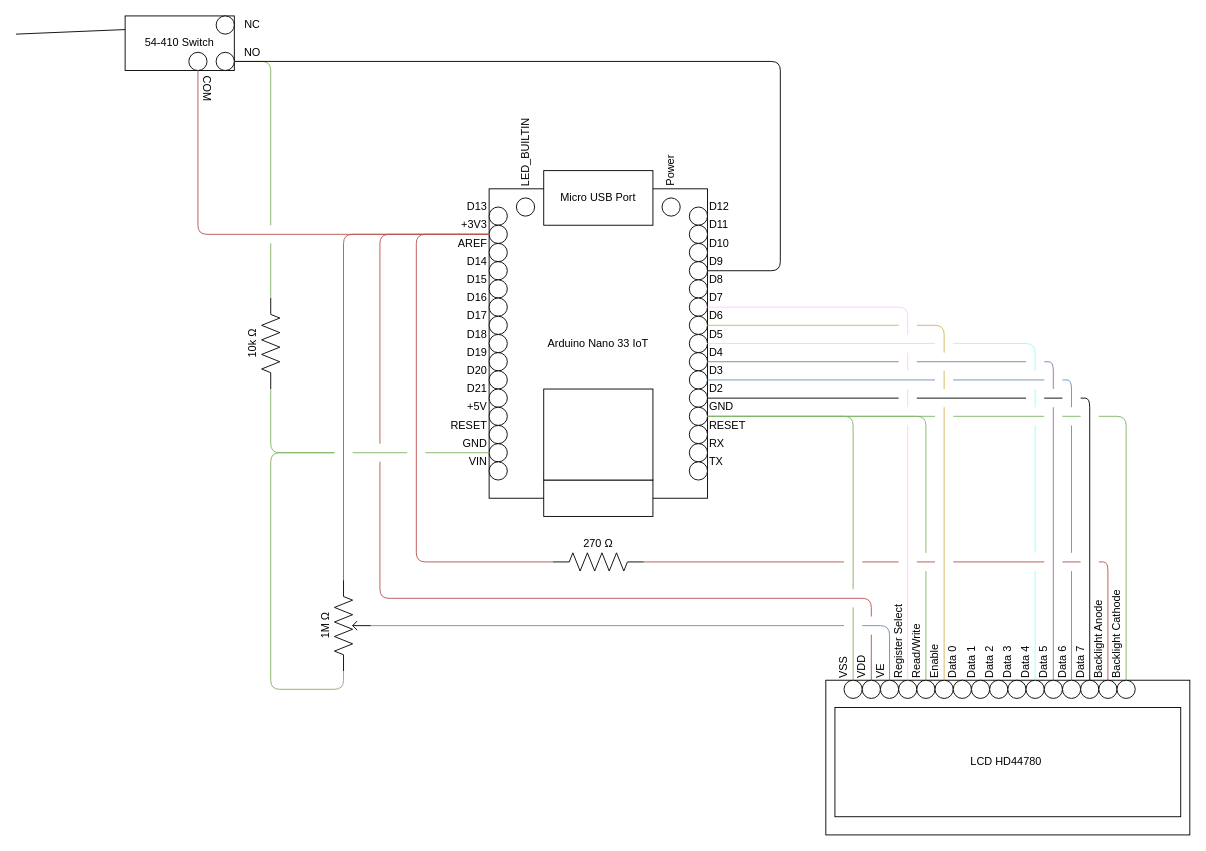
Matt-and-Gib/gleemail keeps this draw.io diagram as wiring diagram.drawio. Above is the earlier version. Source tidied: cells renumbered, new cells numbered last; positions are measured from the earlier drawing's top-left corner, leaving out a move shared by most shapes. Both pictures are drawn from the tidied source at 91%, with x=0, y=0 at pixel (15, 15).
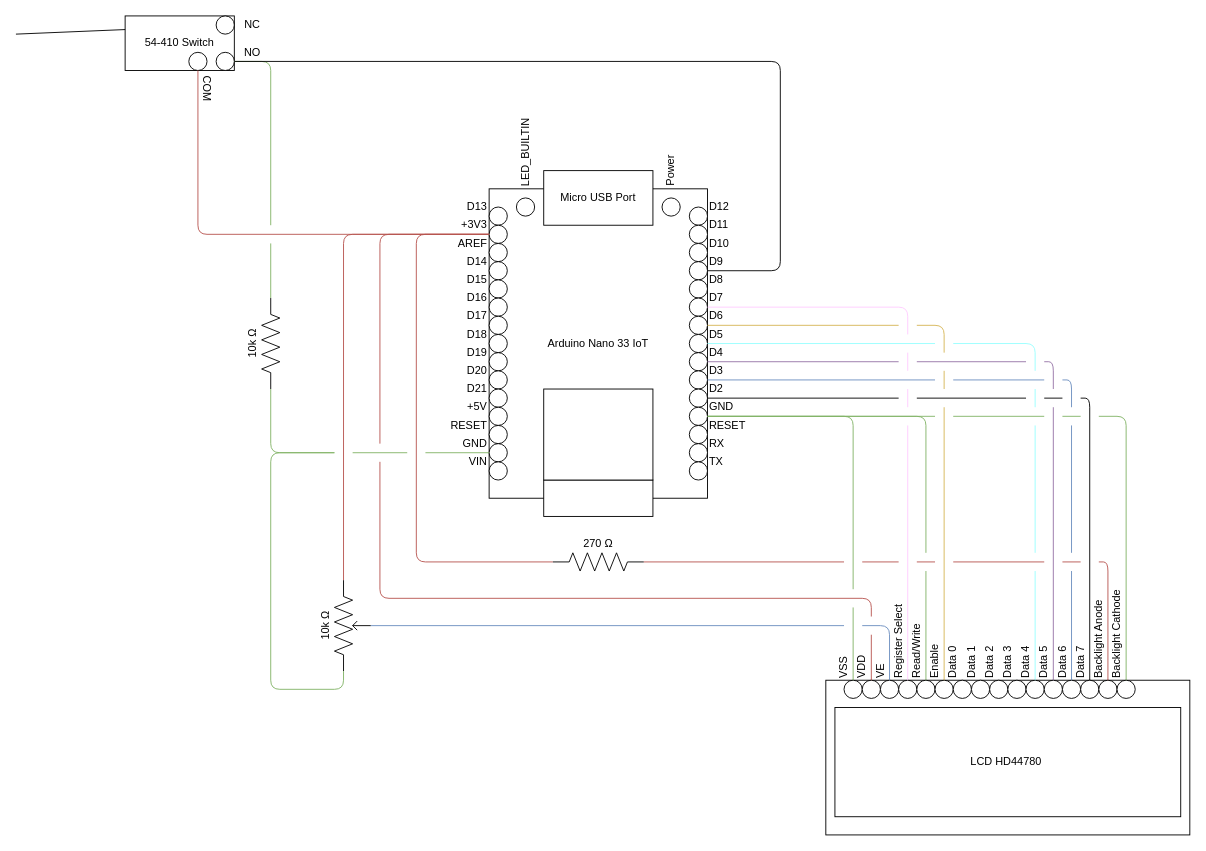
After the change.

Diff of the diagram source:
```diff
@@
-    <mxCell id="111" value="1M Ω" style="text;html=1;strokeColor=none;fillColor=none;align=center;verticalAlign=middle;whiteSpace=wrap;rounded=0;rotation=-90;" parent="106" vertex="1">
+    <mxCell id="111" value="10k Ω" style="text;html=1;strokeColor=none;fillColor=none;align=center;verticalAlign=middle;whiteSpace=wrap;rounded=0;rotation=-90;" parent="106" vertex="1">
       <mxGeometry x="320" y="660" width="40" height="20" as="geometry" />
     </mxCell>
```
